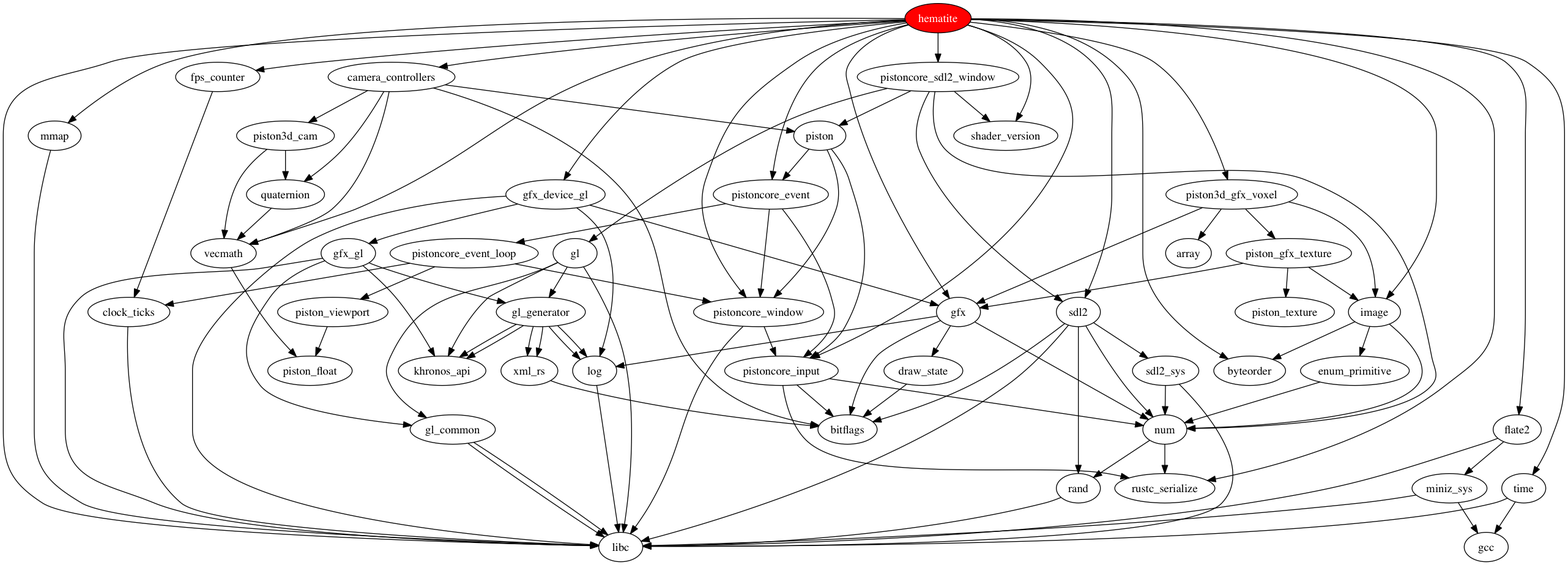
The Graphviz diagram Cargo.png in PistonDevelopers/hematite, before a commit. Its source is kept beside it as Cargo.dot.
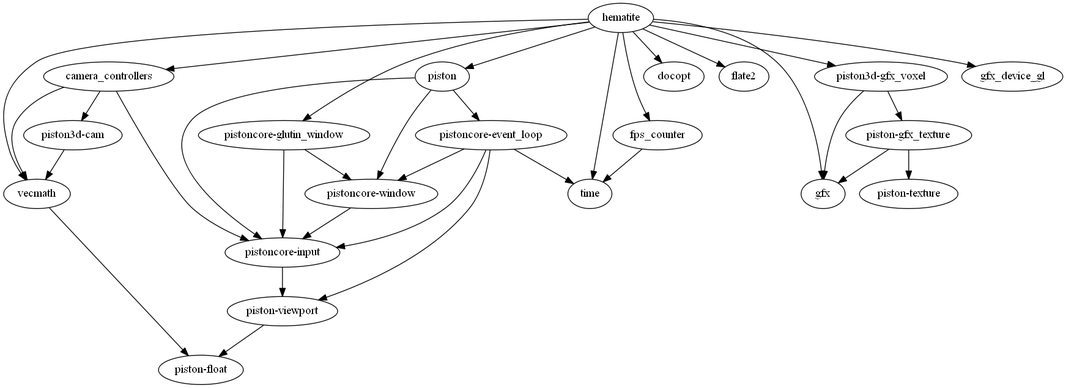
The same diagram one commit later.

Commit message:
Update dependencies graph

Change to the diagram source:
```diff
@@ -1,111 +1,55 @@
-digraph hematite {
-  hematite [root=true]
-  hematite [fillcolor=red]
-  hematite [fontcolor=white]
-  hematite [style=filled]
-  hematite -> byteorder;
-  hematite -> camera_controllers;
-  hematite -> flate2;
-  hematite -> fps_counter;
-  hematite -> gfx;
-  hematite -> gfx_device_gl;
-  hematite -> image;
-  hematite -> libc;
-  hematite -> mmap;
-  hematite -> piston3d_gfx_voxel;
-  hematite -> pistoncore_event;
-  hematite -> pistoncore_input;
-  hematite -> pistoncore_sdl2_window;
-  hematite -> pistoncore_window;
-  hematite -> rustc_serialize;
-  hematite -> sdl2;
-  hematite -> shader_version;
-  hematite -> time;
-  hematite -> vecmath;
-  camera_controllers -> bitflags;
-  camera_controllers -> piston;
-  camera_controllers -> piston3d_cam;
-  camera_controllers -> quaternion;
-  camera_controllers -> vecmath;
-  clock_ticks -> libc;
-  draw_state -> bitflags;
-  enum_primitive -> num;
-  flate2 -> libc;
-  flate2 -> miniz_sys;
-  fps_counter -> clock_ticks;
-  gfx -> bitflags;
-  gfx -> draw_state;
-  gfx -> log;
-  gfx -> num;
-  gfx_device_gl -> gfx;
-  gfx_device_gl -> gfx_gl;
-  gfx_device_gl -> libc;
-  gfx_device_gl -> log;
-  gfx_gl -> gl_common;
-  gfx_gl -> gl_generator;
-  gfx_gl -> khronos_api;
-  gfx_gl -> libc;
-  gl -> gl_common;
-  gl -> gl_generator;
-  gl -> khronos_api;
-  gl -> libc;
-  gl_common -> libc;
-  gl_common -> libc;
-  gl_generator -> khronos_api;
-  gl_generator -> log;
-  gl_generator -> xml_rs;
-  gl_generator -> khronos_api;
-  gl_generator -> log;
-  gl_generator -> xml_rs;
-  image -> byteorder;
-  image -> enum_primitive;
-  image -> num;
-  log -> libc;
-  miniz_sys -> gcc;
-  miniz_sys -> libc;
-  mmap -> libc;
-  num -> rand;
-  num -> rustc_serialize;
-  piston -> pistoncore_event;
-  piston -> pistoncore_input;
-  piston -> pistoncore_window;
-  piston_gfx_texture -> gfx;
-  piston_gfx_texture -> image;
-  piston_gfx_texture -> piston_texture;
-  piston_viewport -> piston_float;
-  piston3d_cam -> quaternion;
-  piston3d_cam -> vecmath;
-  piston3d_gfx_voxel -> array;
-  piston3d_gfx_voxel -> gfx;
-  piston3d_gfx_voxel -> image;
-  piston3d_gfx_voxel -> piston_gfx_texture;
-  pistoncore_event -> pistoncore_event_loop;
-  pistoncore_event -> pistoncore_input;
-  pistoncore_event -> pistoncore_window;
-  pistoncore_event_loop -> clock_ticks;
-  pistoncore_event_loop -> piston_viewport;
-  pistoncore_event_loop -> pistoncore_window;
-  pistoncore_input -> bitflags;
-  pistoncore_input -> num;
-  pistoncore_input -> rustc_serialize;
-  pistoncore_sdl2_window -> gl;
-  pistoncore_sdl2_window -> num;
-  pistoncore_sdl2_window -> piston;
-  pistoncore_sdl2_window -> sdl2;
-  pistoncore_sdl2_window -> shader_version;
-  pistoncore_window -> libc;
-  pistoncore_window -> pistoncore_input;
-  quaternion -> vecmath;
-  rand -> libc;
-  sdl2 -> bitflags;
-  sdl2 -> libc;
-  sdl2 -> num;
-  sdl2 -> rand;
-  sdl2 -> sdl2_sys;
-  sdl2_sys -> libc;
-  sdl2_sys -> num;
-  time -> gcc;
-  time -> libc;
-  vecmath -> piston_float;
-  xml_rs -> bitflags;
+digraph dependencies {
+	N0[label="hematite"];
+	N2[label="camera_controllers"];
+	N3[label="docopt"];
+	N4[label="flate2"];
+	N5[label="fps_counter"];
+	N6[label="gfx"];
+	N7[label="gfx_device_gl"];
+	N10[label="piston"];
+	N11[label="piston3d-gfx_voxel"];
+	N12[label="pistoncore-glutin_window"];
+	N15[label="time"];
+	N16[label="vecmath"];
+	N26[label="piston3d-cam"];
+	N27[label="pistoncore-input"];
+	N89[label="pistoncore-event_loop"];
+	N90[label="pistoncore-window"];
+	N91[label="piston-float"];
+	N92[label="piston-gfx_texture"];
+	N93[label="piston-texture"];
+	N94[label="piston-viewport"];
+	N0 -> N2[label=""];
+	N0 -> N3[label=""];
+	N0 -> N4[label=""];
+	N0 -> N5[label=""];
+	N0 -> N6[label=""];
+	N0 -> N7[label=""];
+	N0 -> N10[label=""];
+	N0 -> N11[label=""];
+	N0 -> N12[label=""];
+	N0 -> N15[label=""];
+	N0 -> N16[label=""];
+	N2 -> N16[label=""];
+	N2 -> N26[label=""];
+	N2 -> N27[label=""];
+	N5 -> N15[label=""];
+	N10 -> N27[label=""];
+	N10 -> N89[label=""];
+	N10 -> N90[label=""];
+	N11 -> N6[label=""];
+	N11 -> N92[label=""];
+	N12 -> N27[label=""];
+	N12 -> N90[label=""];
+	N16 -> N91[label=""];
+	N26 -> N16[label=""];
+	N27 -> N94[label=""];
+	N89 -> N15[label=""];
+	N89 -> N27[label=""];
+	N89 -> N90[label=""];
+	N89 -> N94[label=""];
+	N90 -> N27[label=""];
+	N92 -> N6[label=""];
+	N92 -> N93[label=""];
+	N94 -> N91[label=""];
 }
```
